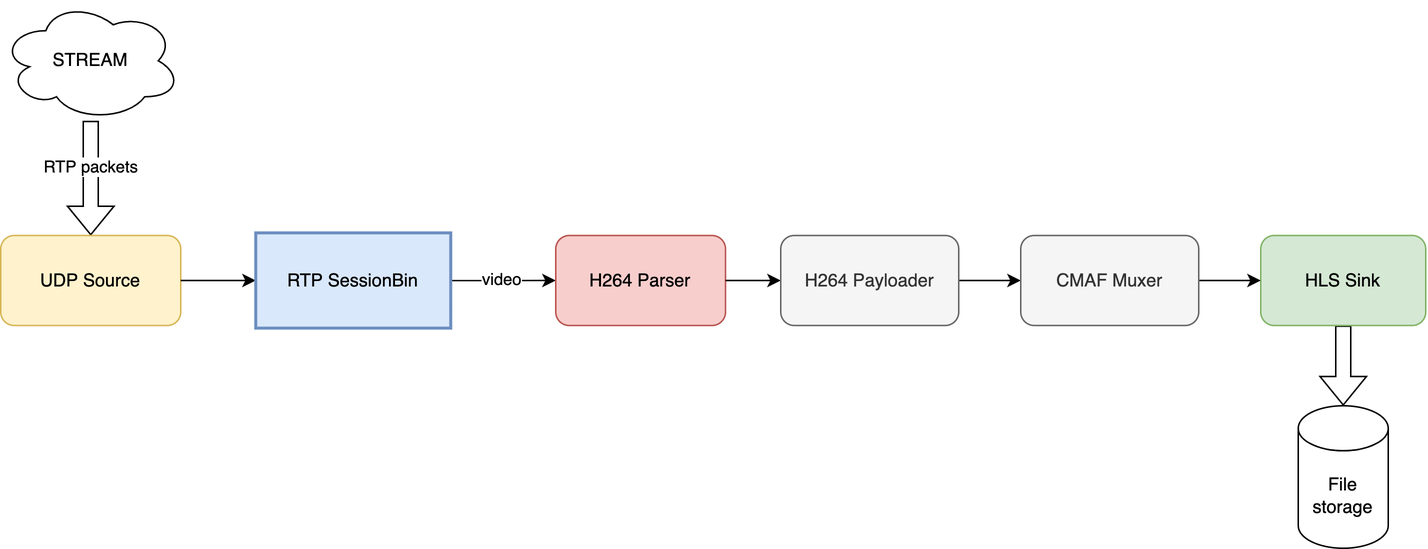
Above: broadcasting/assets/rtsp_pipeline.drawio.png in membraneframework/membrane_tutorials (draw.io), before the change. Source tidied: cells renumbered, new cells last; positions are measured from the earlier drawing's top-left corner, leaving out a move shared by most shapes.
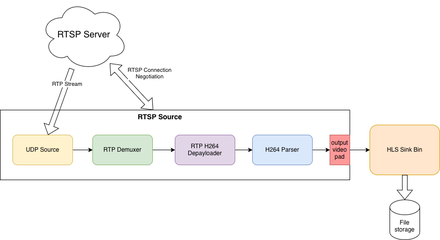
Later version of the same file.

Commit message:
Update RTSP tutorial (#101)

The edit, as a diff of the source:
```diff
@@ -2,58 +2,69 @@
   <root>
     <mxCell id="0" />
     <mxCell id="1" parent="0" />
+    <mxCell id="19" style="swimlane;startSize=0;" parent="1" vertex="1">
+      <mxGeometry x="85" y="90" width="700" height="140" as="geometry" />
+    </mxCell>
+    <mxCell id="20" value="&lt;b&gt;&lt;font style=&quot;font-size: 14px;&quot;&gt;RTSP Source&lt;/font&gt;&lt;/b&gt;" style="text;html=1;whiteSpace=wrap;strokeColor=none;fillColor=none;align=center;verticalAlign=middle;rounded=0;" parent="19" vertex="1">
+      <mxGeometry width="640" height="30" as="geometry" />
+    </mxCell>
+    <mxCell id="21" style="edgeStyle=orthogonalEdgeStyle;rounded=0;jettySize=auto;html=1;exitX=1;exitY=0.5;exitDx=0;exitDy=0;" parent="19" edge="1" source="7" target="23">
+      <mxGeometry relative="1" as="geometry" />
+    </mxCell>
+    <mxCell id="7" value="UDP Source" style="rounded=1;whiteSpace=wrap;html=1;fillColor=#fff2cc;strokeColor=#d6b656;" parent="19" vertex="1">
+      <mxGeometry x="25" y="50" width="120" height="60" as="geometry" />
+    </mxCell>
+    <mxCell id="22" style="edgeStyle=orthogonalEdgeStyle;rounded=0;jettySize=auto;html=1;exitX=1;exitY=0.5;exitDx=0;exitDy=0;" parent="19" edge="1" source="23" target="25">
+      <mxGeometry relative="1" as="geometry" />
+    </mxCell>
+    <mxCell id="23" value="&lt;div&gt;RTP Demuxer&lt;/div&gt;" style="rounded=1;whiteSpace=wrap;html=1;fillColor=#d5e8d4;strokeColor=#82b366;" parent="19" vertex="1">
+      <mxGeometry x="185" y="50" width="120" height="60" as="geometry" />
+    </mxCell>
+    <mxCell id="24" style="edgeStyle=orthogonalEdgeStyle;rounded=0;jettySize=auto;html=1;exitX=1;exitY=0.5;exitDx=0;exitDy=0;entryX=0;entryY=0.5;entryDx=0;entryDy=0;" parent="19" edge="1" source="25" target="12">
+      <mxGeometry relative="1" as="geometry" />
+    </mxCell>
+    <mxCell id="25" value="RTP H264 Depayloader" style="rounded=1;whiteSpace=wrap;html=1;fillColor=#e1d5e7;strokeColor=#9673a6;" parent="19" vertex="1">
+      <mxGeometry x="350" y="50" width="120" height="60" as="geometry" />
+    </mxCell>
+    <mxCell id="26" style="edgeStyle=orthogonalEdgeStyle;rounded=0;jettySize=auto;html=1;exitX=1;exitY=0.5;exitDx=0;exitDy=0;" parent="19" edge="1" source="12" target="27">
+      <mxGeometry relative="1" as="geometry" />
+    </mxCell>
+    <mxCell id="12" value="H264 Parser" style="rounded=1;whiteSpace=wrap;html=1;fillColor=#dae8fc;strokeColor=#6c8ebf;" parent="19" vertex="1">
+      <mxGeometry x="505" y="50" width="120" height="60" as="geometry" />
+    </mxCell>
+    <mxCell id="27" value="&lt;div&gt;output video&lt;/div&gt;&lt;div&gt;pad&lt;/div&gt;" style="rounded=0;whiteSpace=wrap;html=1;fillColor=#FF9999;strokeColor=#b85450;" parent="19" vertex="1">
+      <mxGeometry x="660" y="50" width="40" height="60" as="geometry" />
+    </mxCell>
+    <mxCell id="28" value="&lt;font style=&quot;font-size: 18px;&quot;&gt;RTSP Server&lt;/font&gt;" style="ellipse;shape=cloud;whiteSpace=wrap;html=1;" parent="1" vertex="1">
+      <mxGeometry x="165" y="-130" width="175" height="140" as="geometry" />
+    </mxCell>
+    <mxCell id="29" style="shape=flexArrow;endArrow=classic;html=1;rounded=0;" parent="1" edge="1" source="28" target="7">
+      <mxGeometry relative="1" as="geometry" />
+    </mxCell>
+    <mxCell id="30" value="&lt;div&gt;RTP Stream&lt;/div&gt;" style="edgeLabel;html=1;align=center;verticalAlign=middle;" parent="29" vertex="1">
+      <mxGeometry x="-0.58" y="-3" relative="1" as="geometry">
+        <mxPoint x="3" y="3" as="offset" />
+      </mxGeometry>
+    </mxCell>
+    <mxCell id="31" value="&lt;div&gt;HLS Sink Bin&lt;/div&gt;" style="rounded=1;whiteSpace=wrap;html=1;fillColor=#ffe6cc;strokeColor=#d79b00;" parent="1" vertex="1">
+      <mxGeometry x="825" y="120" width="140" height="100" as="geometry" />
+    </mxCell>
+    <mxCell id="32" style="edgeStyle=orthogonalEdgeStyle;rounded=0;jettySize=auto;html=1;exitX=1;exitY=0.5;exitDx=0;exitDy=0;" parent="1" edge="1" source="27" target="31">
+      <mxGeometry relative="1" as="geometry" />
+    </mxCell>
     <mxCell id="2" value="File storage" style="shape=cylinder3;whiteSpace=wrap;html=1;boundedLbl=1;backgroundOutline=1;size=15;" parent="1" vertex="1">
-      <mxGeometry x="865" y="270" width="60" height="95" as="geometry" />
+      <mxGeometry x="865" y="270" width="60" height="80" as="geometry" />
     </mxCell>
-    <mxCell id="3" style="shape=flexArrow;endArrow=classic;html=1;rounded=0;entryX=0.5;entryY=0;entryDx=0;entryDy=0;entryPerimeter=0;exitX=0.5;exitY=1;exitDx=0;exitDy=0;" parent="1" edge="1" source="16" target="2">
-      <mxGeometry relative="1" as="geometry" />
-    </mxCell>
-    <mxCell id="4" style="edgeStyle=orthogonalEdgeStyle;rounded=0;jettySize=auto;html=1;entryX=0.5;entryY=0;entryDx=0;entryDy=0;fontSize=11;shape=flexArrow;" parent="1" edge="1" source="6" target="7">
-      <mxGeometry relative="1" as="geometry" />
-    </mxCell>
-    <mxCell id="5" value="RTP packets" style="edgeLabel;html=1;align=center;verticalAlign=middle;fontSize=11;" parent="4" vertex="1">
-      <mxGeometry x="0.21" y="-6" relative="1" as="geometry">
-        <mxPoint x="6" y="-16" as="offset" />
-      </mxGeometry>
-    </mxCell>
-    <mxCell id="6" value="STREAM" style="ellipse;shape=cloud;whiteSpace=wrap;html=1;" parent="1" vertex="1">
-      <mxGeometry width="120" height="80" as="geometry" />
-    </mxCell>
-    <mxCell id="7" value="UDP Source" style="rounded=1;whiteSpace=wrap;html=1;fillColor=#fff2cc;strokeColor=#d6b656;" parent="1" vertex="1">
-      <mxGeometry y="156.5" width="120" height="60" as="geometry" />
-    </mxCell>
-    <mxCell id="8" style="edgeStyle=orthogonalEdgeStyle;rounded=0;jettySize=auto;html=1;entryX=0;entryY=0.5;entryDx=0;entryDy=0;" parent="1" edge="1" source="7" target="11">
-      <mxGeometry relative="1" as="geometry" />
-    </mxCell>
-    <mxCell id="9" style="edgeStyle=orthogonalEdgeStyle;rounded=0;jettySize=auto;html=1;entryX=0;entryY=0.5;entryDx=0;entryDy=0;fontSize=11;" parent="1" edge="1" source="11" target="12">
-      <mxGeometry relative="1" as="geometry" />
-    </mxCell>
-    <mxCell id="10" value="video" style="edgeLabel;html=1;align=center;verticalAlign=middle;fontSize=11;" parent="9" vertex="1">
-      <mxGeometry x="-0.05" y="1" relative="1" as="geometry" />
-    </mxCell>
-    <mxCell id="11" value="RTP SessionBin" style="rounded=0;whiteSpace=wrap;html=1;fillColor=#dae8fc;strokeColor=#6c8ebf;strokeWidth=2;" parent="1" vertex="1">
-      <mxGeometry x="170" y="154.8" width="130" height="63.5" as="geometry" />
-    </mxCell>
-    <mxCell id="12" value="H264 Parser" style="rounded=1;whiteSpace=wrap;html=1;fillColor=#f8cecc;strokeColor=#b85450;" parent="1" vertex="1">
-      <mxGeometry x="370" y="156.5" width="113.2" height="60" as="geometry" />
-    </mxCell>
-    <mxCell id="13" style="edgeStyle=orthogonalEdgeStyle;rounded=0;jettySize=auto;html=1;exitX=1;exitY=0.5;exitDx=0;exitDy=0;entryX=0;entryY=0.5;entryDx=0;entryDy=0;" parent="1" edge="1" source="12" target="15">
-      <mxGeometry relative="1" as="geometry" />
-    </mxCell>
-    <mxCell id="14" style="edgeStyle=orthogonalEdgeStyle;rounded=0;jettySize=auto;html=1;fontSize=11;" parent="1" edge="1" source="15" target="18">
-      <mxGeometry relative="1" as="geometry" />
-    </mxCell>
-    <mxCell id="15" value="H264 Payloader" style="rounded=1;whiteSpace=wrap;html=1;fillColor=#f5f5f5;fontColor=#333333;strokeColor=#666666;" parent="1" vertex="1">
-      <mxGeometry x="520" y="156.5" width="118.7" height="60" as="geometry" />
-    </mxCell>
-    <mxCell id="16" value="HLS Sink" style="rounded=1;whiteSpace=wrap;html=1;fillColor=#d5e8d4;strokeColor=#82b366;" parent="1" vertex="1">
-      <mxGeometry x="840" y="156.5" width="110" height="60" as="geometry" />
-    </mxCell>
-    <mxCell id="17" style="edgeStyle=orthogonalEdgeStyle;rounded=0;jettySize=auto;html=1;entryX=0;entryY=0.5;entryDx=0;entryDy=0;fontSize=11;" parent="1" edge="1" source="18" target="16">
-      <mxGeometry relative="1" as="geometry" />
-    </mxCell>
-    <mxCell id="18" value="CMAF Muxer" style="rounded=1;whiteSpace=wrap;html=1;fillColor=#f5f5f5;fontColor=#333333;strokeColor=#666666;" parent="1" vertex="1">
-      <mxGeometry x="680" y="156.5" width="118.7" height="60" as="geometry" />
-    </mxCell>
+    <mxCell id="33" style="shape=flexArrow;endArrow=classic;html=1;rounded=0;exitX=0.5;exitY=1;exitDx=0;exitDy=0;" parent="1" edge="1" source="31" target="2">
+      <mxGeometry relative="1" as="geometry" />
+    </mxCell>
+    <mxCell id="34" style="shape=flexArrow;endArrow=classic;startArrow=classic;html=1;rounded=0;" parent="1" edge="1" source="28" target="20">
+      <mxGeometry relative="1" as="geometry" />
+    </mxCell>
+    <mxCell id="35" value="&lt;div&gt;RTSP Connection&lt;/div&gt;&lt;div&gt;Negotiation&lt;/div&gt;" style="edgeLabel;html=1;align=center;verticalAlign=middle;" parent="34" vertex="1">
+      <mxGeometry x="-0.41" y="1" relative="1" as="geometry">
+        <mxPoint x="53" y="-7" as="offset" />
+      </mxGeometry>
+    </mxCell>
   </root>
 </mxGraphModel>
```
